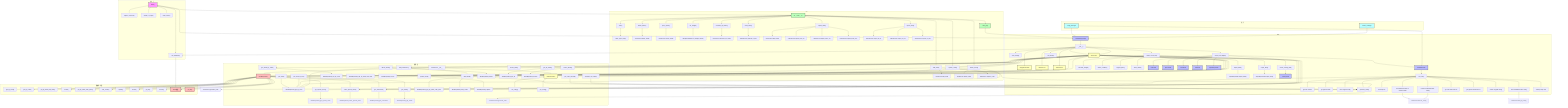
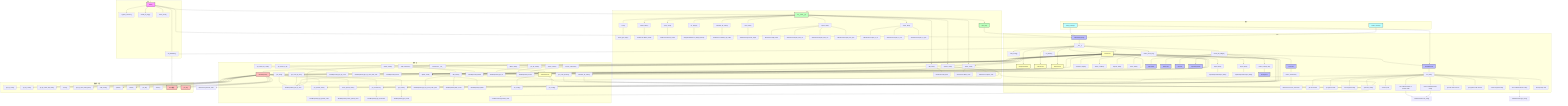
flowchart TD
    subgraph 主入口
        main["main()"] --> init_database["init_database()"]
        main --> register_services["register_services()"]
        main --> handle_cli_args["handle_cli_args()"]
        main --> show_menu["show_menu()"]
    end

    subgraph GUI
        VMTOOLPyQtApp["VMTOOLPyQtApp"] --> __init__["__init__()"]
        __init__ --> load_config["load_config()"]
        __init__ --> create_menu_bar["create_menu_bar()"]
        __init__ --> init_database
        __init__ --> DictService
        __init__ --> WeightCalculator
        __init__ --> FilterService
        __init__ --> StatsService
        __init__ --> set_theme["set_theme()"]
        __init__ --> create_tab_widget["create_tab_widget()"]

        create_menu_bar --> import_data["import_data()"]
        create_menu_bar --> export_data["export_data()"]
        create_menu_bar --> calculate_weight["calculate_weight()"]
        create_menu_bar --> detect_conflicts["detect_conflicts()"]
        create_menu_bar --> migrate_data["migrate_data()"]
        create_menu_bar --> show_about["show_about()"]

        import_data --> ImportExportTab.import_data["ImportExportTab.import_data()"]
        export_data --> ImportExportTab.export_data["ImportExportTab.export_data()"]

        create_tab_widget --> CharsTab["CharsTab"]
        create_tab_widget --> SpecialTab["SpecialTab"]
        create_tab_widget --> WordsTab["WordsTab"]
        create_tab_widget --> StatsTab["StatsTab"]
        create_tab_widget --> ImportExportTab["ImportExportTab"]
        create_tab_widget --> CodeRulesTab["CodeRulesTab"]
        create_tab_widget --> create_settings_tab["create_settings_tab()"]
        create_settings_tab --> SettingsTab["SettingsTab"]
+ 
+         CharsTab --> search_characters_gui["search_characters()"]
+         search_characters_gui --> DictService.search_characters

        CodeRulesTab --> test_rule["test_rule()"]
        test_rule --> get_rule_content["get rule content"]
        test_rule --> get_python_mode["get python mode"]
        test_rule --> save_original_config["save original config"]
        test_rule --> save_codegen_config["save CodeGenerator config"]
        test_rule --> set_temp_rule["set temp rule"]
        test_rule --> set_codegen_custom["set CodeGenerator to custom mode"]
        test_rule --> generate_code["generate_code()"]
        test_rule --> get_rule_name["get rule name from UI"]
        test_rule --> get_ui_python_mode["get python mode from UI"]
        test_rule --> restore_original_config["restore original config"]
        test_rule --> restore_codegen_config["restore CodeGenerator config"]
        test_rule --> cleanup_temp_rule["cleanup temp rule"]
    end

    subgraph CLI
        CLI_Main["cli/__main__.py"] --> main_cli["main()"]
        main_cli --> show_typer_help["show_typer_help()"]

        CLI_Main --> add_word["add_word()"]
        CLI_Main --> delete_word["delete_word()"]
        CLI_Main --> delete_batch["delete_batch()"]
        CLI_Main --> query_word["query_word()"]
        CLI_Main --> set_weight["set_weight()"]
        CLI_Main --> replace_code["replace_code()"]
        CLI_Main --> calculate_all_codes_cli["calculate_all_codes()"]
        CLI_Main --> show_stats["show_stats()"]
        CLI_Main --> import_data_cli["import_data()"]
        CLI_Main --> export_data_cli["export_data()"]
        CLI_Main --> start_gui["start_gui()"]

        add_word --> DictService.add_word
        delete_word --> DictService.delete_word
        delete_batch --> DictService.delete_words
        query_word --> DictService.search_words
        set_weight --> WeightCalculator.set_weight_directly
        replace_code --> DictService.replace_code
        calculate_all_codes_cli --> DictService.calculate_all_codes
        show_stats --> StatsService.generate_report
        import_data_cli --> DictService.add_words
        import_data_cli --> FilterService.import_from_txt
        import_data_cli --> FilterService.import_from_csv
        import_data_cli --> FilterService.import_from_json
        export_data_cli --> FilterService.export_to_txt
        export_data_cli --> FilterService.export_to_csv
        export_data_cli --> FilterService.export_to_json
        start_gui --> VMTOOLPyQtApp
    end

    subgraph 服务层
        DictService["DictService"] --> __init__["__init__()"]
        DictService.__init__ --> WordRepository
        DictService.__init__ --> CodeGenerator

        DictService --> get_word["get_word()"]
        get_word --> WordRepository.get_by_word

        DictService --> get_word_by_text["get_word_by_text()"]
        get_word_by_text --> WordRepository.get_by_word

+         DictService --> get_word_by_id["get_word_by_id()"]
+ 
        DictService --> get_words_by_code["get_words_by_code()"]
        get_words_by_code --> WordRepository.get_by_code

        DictService --> get_special_chars["get_special_chars()"]
        get_special_chars --> WordRepository.get_special_chars

        DictService --> count_special_chars["count_special_chars()"]
        count_special_chars --> WordRepository.count_special_chars

        DictService --> get_characters["get_characters()"]
        get_characters --> WordRepository.get_characters

        DictService --> get_words["get_words()"]
        get_words --> WordRepository.get_words

        DictService --> add_word["add_word()"]
        add_word --> generate_code["generate_code()"]
        generate_code --> CodeGenerator.generate_code
        add_word --> WordRepository.get_by_word_and_code
        add_word --> WordRepository.create

        DictService --> add_words["add_words()"]
        add_words --> generate_code
        add_words --> WordRepository.get_by_word_code_pairs
        add_words --> WordRepository.bulk_create

        DictService --> add_characters["add_characters()"]
        add_characters --> add_words

        DictService --> update_word["update_word()"]
        update_word --> WordRepository.get_by_word
        update_word --> WordRepository.update

        DictService --> delete_word["delete_word()"]
        delete_word --> WordRepository.get_by_word
        delete_word --> WordRepository.delete

        DictService --> delete_words["delete_words()"]
        delete_words --> WordRepository.get_by_word
        delete_words --> WordRepository.delete

        DictService --> delete_table["delete_table()"]

        DictService --> replace_code["replace_code()"]
        replace_code --> update_word

        DictService --> get_all_words["get_all_words()"]
        get_all_words --> WordRepository.get_all

        DictService --> search_words["search_words()"]
        search_words --> WordRepository.search
+ 
+         DictService --> search_characters["search_characters()"]
+         search_characters --> WordRepository.search

        DictService --> get_code_preview["get_code_preview()"]
        get_code_preview --> generate_code

        DictService --> calculate_all_codes["calculate_all_codes()"]
        calculate_all_codes --> generate_code

        WeightCalculator["WeightCalculator"] --> WordRepository
        FilterService["FilterService"] --> WordRepository
        StatsService["StatsService"] --> WordRepository

        CodeGenerator["CodeGenerator"] --> set_config["set_config()"]
        CodeGenerator --> get_config["get_config()"]
    end

    subgraph 数据访问层
        WordRepository["WordRepository"] --> get_by_word["get_by_word()"]
        WordRepository --> get_by_code["get_by_code()"]
        WordRepository --> get_special_chars["get_special_chars()"]
        WordRepository --> count_special_chars["count_special_chars()"]
        WordRepository --> get_characters["get_characters()"]
        WordRepository --> get_words["get_words()"]
        WordRepository --> get_by_word_and_code["get_by_word_and_code()"]
        WordRepository --> create["create()"]
        WordRepository --> get_by_word_code_pairs["get_by_word_code_pairs()"]
        WordRepository --> bulk_create["bulk_create()"]
        WordRepository --> update["update()"]
        WordRepository --> delete["delete()"]
        WordRepository --> get_all["get_all()"]
        WordRepository --> search["search()"]

        WordRepository --> Word["Word模型"]
        WordRepository --> get_db["get_db()"]
        init_database --> Word
    end

    subgraph 核心
        config_manager["config_manager"] --> VMTOOLPyQtApp
        config_manager --> CodeRulesTab
        theme_manager["theme_manager"] --> VMTOOLPyQtApp
    end

    main --> CLI_Main
    main --> VMTOOLPyQtApp
    test_rule --> DictService.generate_code
    set_codegen_custom --> CodeGenerator.set_config
    save_codegen_config --> CodeGenerator.get_config
    restore_codegen_config --> CodeGenerator.set_config

    classDef main fill:#f9f,stroke:#333,stroke-width:2px;
    classDef gui fill:#bbf,stroke:#333,stroke-width:2px;
    classDef cli fill:#bfb,stroke:#333,stroke-width:2px;
    classDef service fill:#ffb,stroke:#333,stroke-width:2px;
    classDef dal fill:#fbb,stroke:#333,stroke-width:2px;
    classDef core fill:#bff,stroke:#333,stroke-width:2px;

    class main main;
    class VMTOOLPyQtApp,CharsTab,SpecialTab,WordsTab,StatsTab,ImportExportTab,CodeRulesTab,SettingsTab gui;
    class CLI_Main,start_gui cli;
    class DictService,WeightCalculator,FilterService,StatsService,CodeGenerator service;
    class WordRepository,Word,get_db,dal dal;
    class config_manager,theme_manager core;